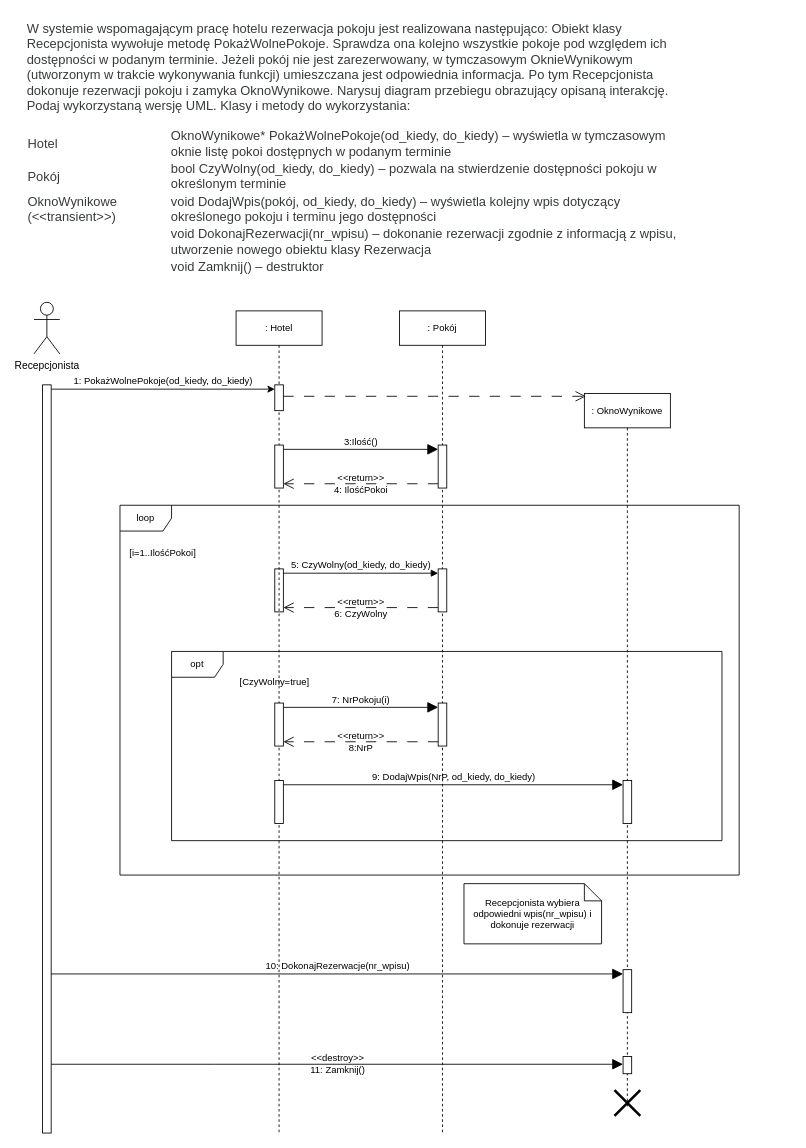
The draw.io diagram Diagram przebiegu.drawio in Dziecky/UML, before the edit. Source tidied: cells renumbered, new cells numbered last; positions are measured from the earlier drawing's top-left corner, leaving out a move shared by most shapes. Both pictures are drawn from the tidied source at 86%, with x=0, y=0 at pixel (25, 15).
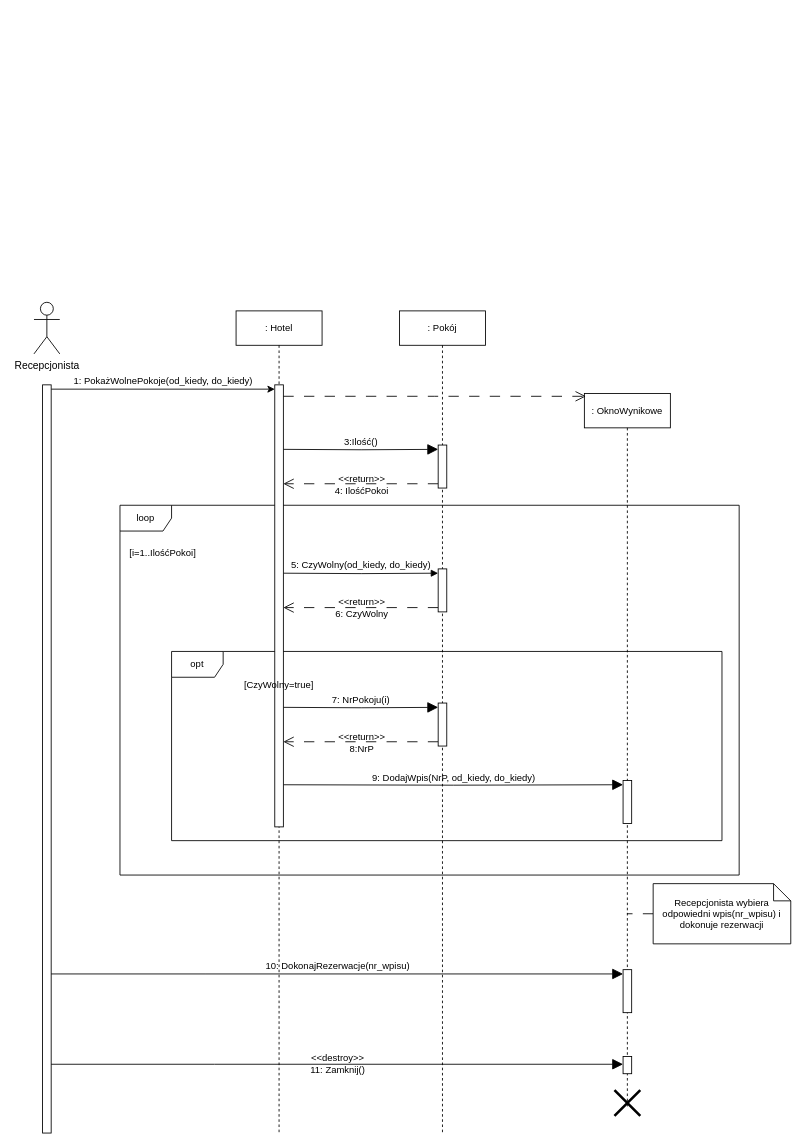
Above is the later version.

The change refers to these unchanged cells:
```xml
<mxCell id="21" value=": Hotel" style="shape=umlLifeline;perimeter=lifelinePerimeter;whiteSpace=wrap;html=1;newEdgeStyle={&quot;curved&quot;:0,&quot;rounded&quot;:0};fontFamily=Helvetica;fontSize=11;fontColor=default;labelBackgroundColor=none;" parent="1" vertex="1">
  <mxGeometry x="245" y="344" width="100" height="956" as="geometry" />
</mxCell>
<mxCell id="27" style="html=1;points=[[0,0,0,0,5],[0,1,0,0,-5],[1,0,0,0,5],[1,1,0,0,-5]];perimeter=orthogonalPerimeter;outlineConnect=0;targetShapes=umlLifeline;portConstraint=eastwest;newEdgeStyle={&quot;curved&quot;:0,&quot;rounded&quot;:0};fontFamily=Helvetica;fontSize=11;fontColor=default;labelBackgroundColor=none;" parent="26" vertex="1">
  <mxGeometry x="45" y="156" width="10" height="50" as="geometry" />
</mxCell>
<mxCell id="28" style="html=1;points=[[0,0,0,0,5],[0,1,0,0,-5],[1,0,0,0,5],[1,1,0,0,-5]];perimeter=orthogonalPerimeter;outlineConnect=0;targetShapes=umlLifeline;portConstraint=eastwest;newEdgeStyle={&quot;curved&quot;:0,&quot;rounded&quot;:0};fontFamily=Helvetica;fontSize=11;fontColor=default;labelBackgroundColor=none;" parent="26" vertex="1">
  <mxGeometry x="45" y="300" width="10" height="50" as="geometry" />
</mxCell>
<mxCell id="29" style="html=1;points=[[0,0,0,0,5],[0,1,0,0,-5],[1,0,0,0,5],[1,1,0,0,-5]];perimeter=orthogonalPerimeter;outlineConnect=0;targetShapes=umlLifeline;portConstraint=eastwest;newEdgeStyle={&quot;curved&quot;:0,&quot;rounded&quot;:0};fontFamily=Helvetica;fontSize=11;fontColor=default;labelBackgroundColor=none;" parent="26" vertex="1">
  <mxGeometry x="45" y="456" width="10" height="50" as="geometry" />
</mxCell>
<mxCell id="30" value=": OknoWynikowe" style="shape=umlLifeline;perimeter=lifelinePerimeter;whiteSpace=wrap;html=1;outlineConnect=0;portConstraint=eastwest;newEdgeStyle={&quot;curved&quot;:0,&quot;rounded&quot;:0};fontFamily=Helvetica;fontSize=11;fontColor=default;labelBackgroundColor=none;" parent="1" vertex="1">
  <mxGeometry x="650" y="440" width="100" height="830" as="geometry" />
</mxCell>
<mxCell id="31" style="html=1;points=[[0,0,0,0,5],[0,1,0,0,-5],[1,0,0,0,5],[1,1,0,0,-5]];perimeter=orthogonalPerimeter;outlineConnect=0;targetShapes=umlLifeline;portConstraint=eastwest;newEdgeStyle={&quot;curved&quot;:0,&quot;rounded&quot;:0};fontFamily=Helvetica;fontSize=11;fontColor=default;labelBackgroundColor=none;" parent="30" vertex="1">
  <mxGeometry x="45" y="450" width="10" height="50" as="geometry" />
</mxCell>
```

Diff of the diagram source:
```diff
@@
-    <mxCell id="2" value="&lt;p style=&quot;box-sizing: border-box; margin-top: 0px; margin-bottom: 1rem; color: rgb(55, 58, 60); font-family: Poppins, sans-serif; font-size: 15px; font-style: normal; font-variant-ligatures: normal; font-variant-caps: normal; font-weight: 400; letter-spacing: normal; orphans: 2; text-align: left; text-indent: 0px; text-transform: none; widows: 2; word-spacing: 0px; -webkit-text-stroke-width: 0px; white-space: normal; background-color: rgb(255, 255, 255); text-decoration-thickness: initial; text-decoration-style: initial; text-decoration-color: initial;&quot;&gt;W systemie wspomagającym pracę hotelu rezerwacja pokoju jest realizowana następująco: Obiekt klasy Recepcjonista wywołuje metodę PokażWolnePokoje. Sprawdza ona kolejno wszystkie pokoje pod względem ich dostępności w podanym terminie. Jeżeli pokój nie jest zarezerwowany, w tymczasowym OknieWynikowym (utworzonym w trakcie wykonywania funkcji) umieszczana jest odpowiednia informacja. Po tym Recepcjonista dokonuje rezerwacji pokoju i zamyka OknoWynikowe. Narysuj diagram przebiegu obrazujący opisaną interakcję. Podaj wykorzystaną wersję UML. Klasy i metody do wykorzystania:&amp;nbsp;&lt;br style=&quot;box-sizing: border-box;&quot;&gt;&lt;/p&gt;&lt;table style=&quot;box-sizing: border-box; border-collapse: collapse; color: rgb(55, 58, 60); font-family: Poppins, sans-serif; font-size: 15px; font-style: normal; font-variant-ligatures: normal; font-variant-caps: normal; font-weight: 400; letter-spacing: normal; orphans: 2; text-align: left; text-transform: none; widows: 2; word-spacing: 0px; -webkit-text-stroke-width: 0px; white-space: normal; background-color: rgb(255, 255, 255); text-decoration-thickness: initial; text-decoration-style: initial; text-decoration-color: initial;&quot;&gt;&lt;tbody style=&quot;box-sizing: border-box;&quot;&gt;&lt;tr style=&quot;box-sizing: border-box;&quot;&gt;&lt;td style=&quot;box-sizing: border-box;&quot;&gt;Hotel&lt;br style=&quot;box-sizing: border-box;&quot;&gt;&lt;/td&gt;&lt;td style=&quot;box-sizing: border-box;&quot;&gt;OknoWynikowe* PokażWolnePokoje(od_kiedy, do_kiedy) – wyświetla w tymczasowym oknie listę pokoi dostępnych w podanym terminie&lt;br style=&quot;box-sizing: border-box;&quot;&gt;&lt;/td&gt;&lt;/tr&gt;&lt;tr style=&quot;box-sizing: border-box;&quot;&gt;&lt;td style=&quot;box-sizing: border-box;&quot;&gt;Pokój&lt;br style=&quot;box-sizing: border-box;&quot;&gt;&lt;/td&gt;&lt;td style=&quot;box-sizing: border-box;&quot;&gt;bool CzyWolny(od_kiedy, do_kiedy) – pozwala na stwierdzenie dostępności pokoju w określonym terminie&lt;br style=&quot;box-sizing: border-box;&quot;&gt;&lt;/td&gt;&lt;/tr&gt;&lt;tr style=&quot;box-sizing: border-box;&quot;&gt;&lt;td style=&quot;box-sizing: border-box;&quot;&gt;OknoWynikowe (&amp;lt;&amp;lt;transient&amp;gt;&amp;gt;)&lt;br style=&quot;box-sizing: border-box;&quot;&gt;&lt;/td&gt;&lt;td style=&quot;box-sizing: border-box;&quot;&gt;void DodajWpis(pokój, od_kiedy, do_kiedy) – wyświetla kolejny wpis dotyczący określonego pokoju i terminu jego dostępności&lt;br style=&quot;box-sizing: border-box;&quot;&gt;&lt;/td&gt;&lt;/tr&gt;&lt;tr style=&quot;box-sizing: border-box;&quot;&gt;&lt;td style=&quot;box-sizing: border-box;&quot;&gt;&amp;nbsp;&lt;br style=&quot;box-sizing: border-box;&quot;&gt;&lt;/td&gt;&lt;td style=&quot;box-sizing: border-box;&quot;&gt;void DokonajRezerwacji(nr_wpisu) – dokonanie rezerwacji zgodnie z informacją z wpisu, utworzenie nowego obiektu klasy Rezerwacja&lt;br style=&quot;box-sizing: border-box;&quot;&gt;&lt;/td&gt;&lt;/tr&gt;&lt;tr style=&quot;box-sizing: border-box;&quot;&gt;&lt;td style=&quot;box-sizing: border-box;&quot;&gt;&amp;nbsp;&lt;br style=&quot;box-sizing: border-box;&quot;&gt;&lt;/td&gt;&lt;td style=&quot;box-sizing: border-box;&quot;&gt;void Zamknij() – destruktor&lt;/td&gt;&lt;/tr&gt;&lt;/tbody&gt;&lt;/table&gt;" style="text;whiteSpace=wrap;html=1;" parent="1" vertex="1">
-      <mxGeometry width="770" height="310" as="geometry" />
-    </mxCell>
@@
-    <mxCell id="6" style="html=1;points=[[0,0,0,0,5],[0,1,0,0,-5],[1,0,0,0,5],[1,1,0,0,-5]];perimeter=orthogonalPerimeter;outlineConnect=0;targetShapes=umlLifeline;portConstraint=eastwest;newEdgeStyle={&quot;curved&quot;:0,&quot;rounded&quot;:0};fontFamily=Helvetica;fontSize=11;fontColor=default;labelBackgroundColor=none;" parent="1" vertex="1">
-      <mxGeometry x="290" y="644" width="10" height="50" as="geometry" />
-    </mxCell>
-    <mxCell id="7" value="5: CzyWolny(od_kiedy, do_kiedy)" style="edgeStyle=orthogonalEdgeStyle;curved=0;rounded=0;jettySize=auto;html=1;exitX=1;exitY=0;exitDx=0;exitDy=5;exitPerimeter=0;entryX=0;entryY=0;entryDx=0;entryDy=5;entryPerimeter=0;strokeColor=default;align=center;verticalAlign=bottom;fontFamily=Helvetica;fontSize=11;fontColor=default;labelBackgroundColor=none;endArrow=block;endFill=1;" parent="1" edge="1" source="6" target="28">
-      <mxGeometry relative="1" as="geometry" />
+    <mxCell id="7" value="5: CzyWolny(od_kiedy, do_kiedy)" style="edgeStyle=orthogonalEdgeStyle;curved=0;rounded=0;jettySize=auto;html=1;exitX=1;exitY=0;exitDx=0;exitDy=5;exitPerimeter=0;entryX=0;entryY=0;entryDx=0;entryDy=5;entryPerimeter=0;strokeColor=default;align=center;verticalAlign=bottom;fontFamily=Helvetica;fontSize=11;fontColor=default;labelBackgroundColor=none;endArrow=block;endFill=1;" parent="1" edge="1" target="28">
+      <mxGeometry relative="1" as="geometry">
+        <mxPoint x="300" y="649" as="sourcePoint" />
+      </mxGeometry>
     </mxCell>
-    <mxCell id="8" value="&amp;lt;&amp;lt;return&amp;gt;&amp;gt;&lt;div&gt;6: CzyWolny&lt;/div&gt;" style="edgeStyle=orthogonalEdgeStyle;curved=0;rounded=0;jettySize=auto;html=1;exitX=0;exitY=1;exitDx=0;exitDy=-5;exitPerimeter=0;entryX=1;entryY=1;entryDx=0;entryDy=-5;entryPerimeter=0;dashed=1;dashPattern=12 12;strokeColor=default;align=center;verticalAlign=middle;fontFamily=Helvetica;fontSize=11;fontColor=default;labelBackgroundColor=none;endArrow=open;endFill=0;endSize=10;" parent="1" edge="1" source="28" target="6">
-      <mxGeometry relative="1" as="geometry" />
+    <mxCell id="8" value="&amp;lt;&amp;lt;return&amp;gt;&amp;gt;&lt;div&gt;6: CzyWolny&lt;/div&gt;" style="edgeStyle=orthogonalEdgeStyle;curved=0;rounded=0;jettySize=auto;html=1;exitX=0;exitY=1;exitDx=0;exitDy=-5;exitPerimeter=0;entryX=1;entryY=1;entryDx=0;entryDy=-5;entryPerimeter=0;dashed=1;dashPattern=12 12;strokeColor=default;align=center;verticalAlign=middle;fontFamily=Helvetica;fontSize=11;fontColor=default;labelBackgroundColor=none;endArrow=open;endFill=0;endSize=10;" parent="1" edge="1" source="28">
+      <mxGeometry relative="1" as="geometry">
+        <mxPoint x="300" y="689" as="targetPoint" />
+      </mxGeometry>
     </mxCell>
@@
-    <mxCell id="11" value="3:Ilość()" style="edgeStyle=orthogonalEdgeStyle;curved=0;rounded=0;jettySize=auto;html=1;exitX=1;exitY=0;exitDx=0;exitDy=5;exitPerimeter=0;entryX=0;entryY=0;entryDx=0;entryDy=5;entryPerimeter=0;strokeColor=default;align=center;verticalAlign=bottom;fontFamily=Helvetica;fontSize=11;fontColor=default;labelBackgroundColor=none;endArrow=block;endFill=1;endSize=10;" parent="1" edge="1" source="23" target="27">
-      <mxGeometry relative="1" as="geometry" />
+    <mxCell id="11" value="3:Ilość()" style="edgeStyle=orthogonalEdgeStyle;curved=0;rounded=0;jettySize=auto;html=1;exitX=1;exitY=0;exitDx=0;exitDy=5;exitPerimeter=0;entryX=0;entryY=0;entryDx=0;entryDy=5;entryPerimeter=0;strokeColor=default;align=center;verticalAlign=bottom;fontFamily=Helvetica;fontSize=11;fontColor=default;labelBackgroundColor=none;endArrow=block;endFill=1;endSize=10;" parent="1" edge="1" target="27">
+      <mxGeometry relative="1" as="geometry">
+        <mxPoint x="300" y="505" as="sourcePoint" />
+      </mxGeometry>
     </mxCell>
-    <mxCell id="12" value="&amp;lt;&amp;lt;return&amp;gt;&amp;gt;&lt;div&gt;4: IlośćPokoi&lt;/div&gt;" style="edgeStyle=orthogonalEdgeStyle;curved=0;rounded=0;jettySize=auto;html=1;exitX=0;exitY=1;exitDx=0;exitDy=-5;exitPerimeter=0;entryX=1;entryY=1;entryDx=0;entryDy=-5;entryPerimeter=0;dashed=1;dashPattern=12 12;strokeColor=default;align=center;verticalAlign=middle;fontFamily=Helvetica;fontSize=11;fontColor=default;labelBackgroundColor=none;endArrow=open;endFill=0;endSize=10;" parent="1" edge="1" source="27" target="23">
-      <mxGeometry relative="1" as="geometry" />
+    <mxCell id="12" value="&amp;lt;&amp;lt;return&amp;gt;&amp;gt;&lt;div&gt;4: IlośćPokoi&lt;/div&gt;" style="edgeStyle=orthogonalEdgeStyle;curved=0;rounded=0;jettySize=auto;html=1;exitX=0;exitY=1;exitDx=0;exitDy=-5;exitPerimeter=0;entryX=1;entryY=1;entryDx=0;entryDy=-5;entryPerimeter=0;dashed=1;dashPattern=12 12;strokeColor=default;align=center;verticalAlign=middle;fontFamily=Helvetica;fontSize=11;fontColor=default;labelBackgroundColor=none;endArrow=open;endFill=0;endSize=10;" parent="1" edge="1" source="27">
+      <mxGeometry relative="1" as="geometry">
+        <mxPoint x="300" y="545" as="targetPoint" />
+      </mxGeometry>
     </mxCell>
@@
-    <mxCell id="14" value="[CzyWolny=true]" style="text;strokeColor=none;align=center;fillColor=none;html=1;verticalAlign=middle;whiteSpace=wrap;rounded=0;fontFamily=Helvetica;fontSize=11;fontColor=default;labelBackgroundColor=none;" parent="1" vertex="1">
-      <mxGeometry x="260" y="760" width="60" height="30" as="geometry" />
-    </mxCell>
-    <mxCell id="15" value="7: NrPokoju(i)" style="edgeStyle=orthogonalEdgeStyle;curved=0;rounded=0;jettySize=auto;html=1;exitX=1;exitY=0;exitDx=0;exitDy=5;exitPerimeter=0;entryX=0;entryY=0;entryDx=0;entryDy=5;entryPerimeter=0;strokeColor=default;align=center;verticalAlign=bottom;fontFamily=Helvetica;fontSize=11;fontColor=default;labelBackgroundColor=none;endArrow=block;endFill=1;endSize=10;" parent="1" edge="1" source="24" target="29">
-      <mxGeometry relative="1" as="geometry" />
+    <mxCell id="15" value="7: NrPokoju(i)" style="edgeStyle=orthogonalEdgeStyle;curved=0;rounded=0;jettySize=auto;html=1;exitX=1;exitY=0;exitDx=0;exitDy=5;exitPerimeter=0;entryX=0;entryY=0;entryDx=0;entryDy=5;entryPerimeter=0;strokeColor=default;align=center;verticalAlign=bottom;fontFamily=Helvetica;fontSize=11;fontColor=default;labelBackgroundColor=none;endArrow=block;endFill=1;endSize=10;" parent="1" edge="1" target="29">
+      <mxGeometry relative="1" as="geometry">
+        <mxPoint x="300" y="805" as="sourcePoint" />
+      </mxGeometry>
     </mxCell>
-    <mxCell id="16" value="&amp;lt;&amp;lt;return&amp;gt;&amp;gt;&lt;div&gt;8:NrP&lt;/div&gt;" style="edgeStyle=orthogonalEdgeStyle;curved=0;rounded=0;jettySize=auto;html=1;exitX=0;exitY=1;exitDx=0;exitDy=-5;exitPerimeter=0;entryX=1;entryY=1;entryDx=0;entryDy=-5;entryPerimeter=0;dashed=1;dashPattern=12 12;strokeColor=default;align=center;verticalAlign=middle;fontFamily=Helvetica;fontSize=11;fontColor=default;labelBackgroundColor=none;endArrow=open;endFill=0;endSize=10;" parent="1" edge="1" source="29" target="24">
-      <mxGeometry relative="1" as="geometry" />
+    <mxCell id="16" value="&amp;lt;&amp;lt;return&amp;gt;&amp;gt;&lt;div&gt;8:NrP&lt;/div&gt;" style="edgeStyle=orthogonalEdgeStyle;curved=0;rounded=0;jettySize=auto;html=1;exitX=0;exitY=1;exitDx=0;exitDy=-5;exitPerimeter=0;entryX=1;entryY=1;entryDx=0;entryDy=-5;entryPerimeter=0;dashed=1;dashPattern=12 12;strokeColor=default;align=center;verticalAlign=middle;fontFamily=Helvetica;fontSize=11;fontColor=default;labelBackgroundColor=none;endArrow=open;endFill=0;endSize=10;" parent="1" edge="1" source="29">
+      <mxGeometry relative="1" as="geometry">
+        <mxPoint x="300" y="845" as="targetPoint" />
+      </mxGeometry>
     </mxCell>
-    <mxCell id="17" value="9: DodajWpis(NrP, od_kiedy, do_kiedy)" style="edgeStyle=orthogonalEdgeStyle;curved=0;rounded=0;jettySize=auto;html=1;exitX=1;exitY=0;exitDx=0;exitDy=5;exitPerimeter=0;entryX=0;entryY=0;entryDx=0;entryDy=5;entryPerimeter=0;strokeColor=default;align=center;verticalAlign=bottom;fontFamily=Helvetica;fontSize=11;fontColor=default;labelBackgroundColor=none;endArrow=block;endFill=1;endSize=10;" parent="1" edge="1" source="25" target="31">
-      <mxGeometry relative="1" as="geometry" />
+    <mxCell id="17" value="9: DodajWpis(NrP, od_kiedy, do_kiedy)" style="edgeStyle=orthogonalEdgeStyle;curved=0;rounded=0;jettySize=auto;html=1;exitX=1;exitY=0;exitDx=0;exitDy=5;exitPerimeter=0;entryX=0;entryY=0;entryDx=0;entryDy=5;entryPerimeter=0;strokeColor=default;align=center;verticalAlign=bottom;fontFamily=Helvetica;fontSize=11;fontColor=default;labelBackgroundColor=none;endArrow=block;endFill=1;endSize=10;" parent="1" edge="1" target="31">
+      <mxGeometry relative="1" as="geometry">
+        <mxPoint x="300" y="895" as="sourcePoint" />
+      </mxGeometry>
     </mxCell>
+    <mxCell id="36" style="edgeStyle=orthogonalEdgeStyle;curved=0;rounded=0;jettySize=auto;html=1;dashed=1;dashPattern=12 12;strokeColor=default;align=center;verticalAlign=middle;fontFamily=Helvetica;fontSize=11;fontColor=default;labelBackgroundColor=none;endArrow=none;endFill=0;endSize=10;" parent="1" edge="1" source="18" target="30">
+      <mxGeometry relative="1" as="geometry">
+        <Array as="points">
+          <mxPoint x="670" y="1045" />
+          <mxPoint x="670" y="1045" />
+        </Array>
+      </mxGeometry>
+    </mxCell>
     <mxCell id="18" value="Recepcjonista wybiera odpowiedni wpis(nr_wpisu) i dokonuje rezerwacji" style="shape=note;size=20;whiteSpace=wrap;html=1;fontFamily=Helvetica;fontSize=11;fontColor=default;labelBackgroundColor=none;" parent="1" vertex="1">
-      <mxGeometry x="510" y="1010" width="160" height="70" as="geometry" />
+      <mxGeometry x="730" y="1010" width="160" height="70" as="geometry" />
     </mxCell>
@@
     <mxCell id="22" style="html=1;points=[[0,0,0,0,5],[0,1,0,0,-5],[1,0,0,0,5],[1,1,0,0,-5]];perimeter=orthogonalPerimeter;outlineConnect=0;targetShapes=umlLifeline;portConstraint=eastwest;newEdgeStyle={&quot;curved&quot;:0,&quot;rounded&quot;:0};" parent="21" vertex="1">
-      <mxGeometry x="45" y="86" width="10" height="30" as="geometry" />
+      <mxGeometry x="45" y="86" width="10" height="514" as="geometry" />
     </mxCell>
-    <mxCell id="23" style="html=1;points=[[0,0,0,0,5],[0,1,0,0,-5],[1,0,0,0,5],[1,1,0,0,-5]];perimeter=orthogonalPerimeter;outlineConnect=0;targetShapes=umlLifeline;portConstraint=eastwest;newEdgeStyle={&quot;curved&quot;:0,&quot;rounded&quot;:0};fontFamily=Helvetica;fontSize=11;fontColor=default;labelBackgroundColor=none;" parent="21" vertex="1">
-      <mxGeometry x="45" y="156" width="10" height="50" as="geometry" />
-    </mxCell>
-    <mxCell id="24" style="html=1;points=[[0,0,0,0,5],[0,1,0,0,-5],[1,0,0,0,5],[1,1,0,0,-5]];perimeter=orthogonalPerimeter;outlineConnect=0;targetShapes=umlLifeline;portConstraint=eastwest;newEdgeStyle={&quot;curved&quot;:0,&quot;rounded&quot;:0};fontFamily=Helvetica;fontSize=11;fontColor=default;labelBackgroundColor=none;" parent="21" vertex="1">
-      <mxGeometry x="45" y="456" width="10" height="50" as="geometry" />
-    </mxCell>
-    <mxCell id="25" style="html=1;points=[[0,0,0,0,5],[0,1,0,0,-5],[1,0,0,0,5],[1,1,0,0,-5]];perimeter=orthogonalPerimeter;outlineConnect=0;targetShapes=umlLifeline;portConstraint=eastwest;newEdgeStyle={&quot;curved&quot;:0,&quot;rounded&quot;:0};fontFamily=Helvetica;fontSize=11;fontColor=default;labelBackgroundColor=none;" parent="21" vertex="1">
-      <mxGeometry x="45" y="546" width="10" height="50" as="geometry" />
-    </mxCell>
@@
+    <mxCell id="14" value="[CzyWolny=true]" style="text;strokeColor=none;align=center;fillColor=none;html=1;verticalAlign=middle;whiteSpace=wrap;rounded=0;fontFamily=Helvetica;fontSize=11;fontColor=default;labelBackgroundColor=none;" parent="1" vertex="1">
+      <mxGeometry x="265" y="764" width="60" height="30" as="geometry" />
+    </mxCell>
```
